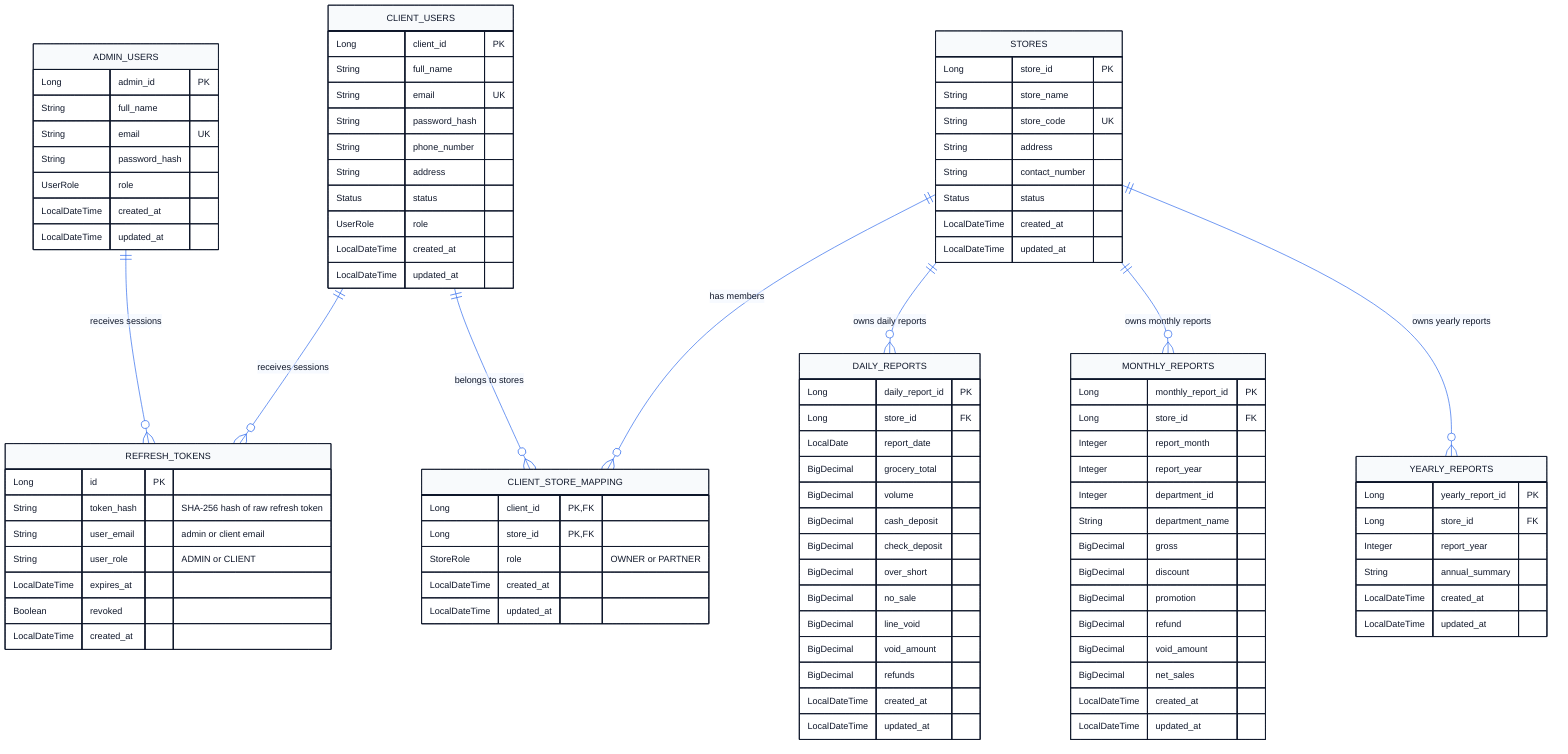
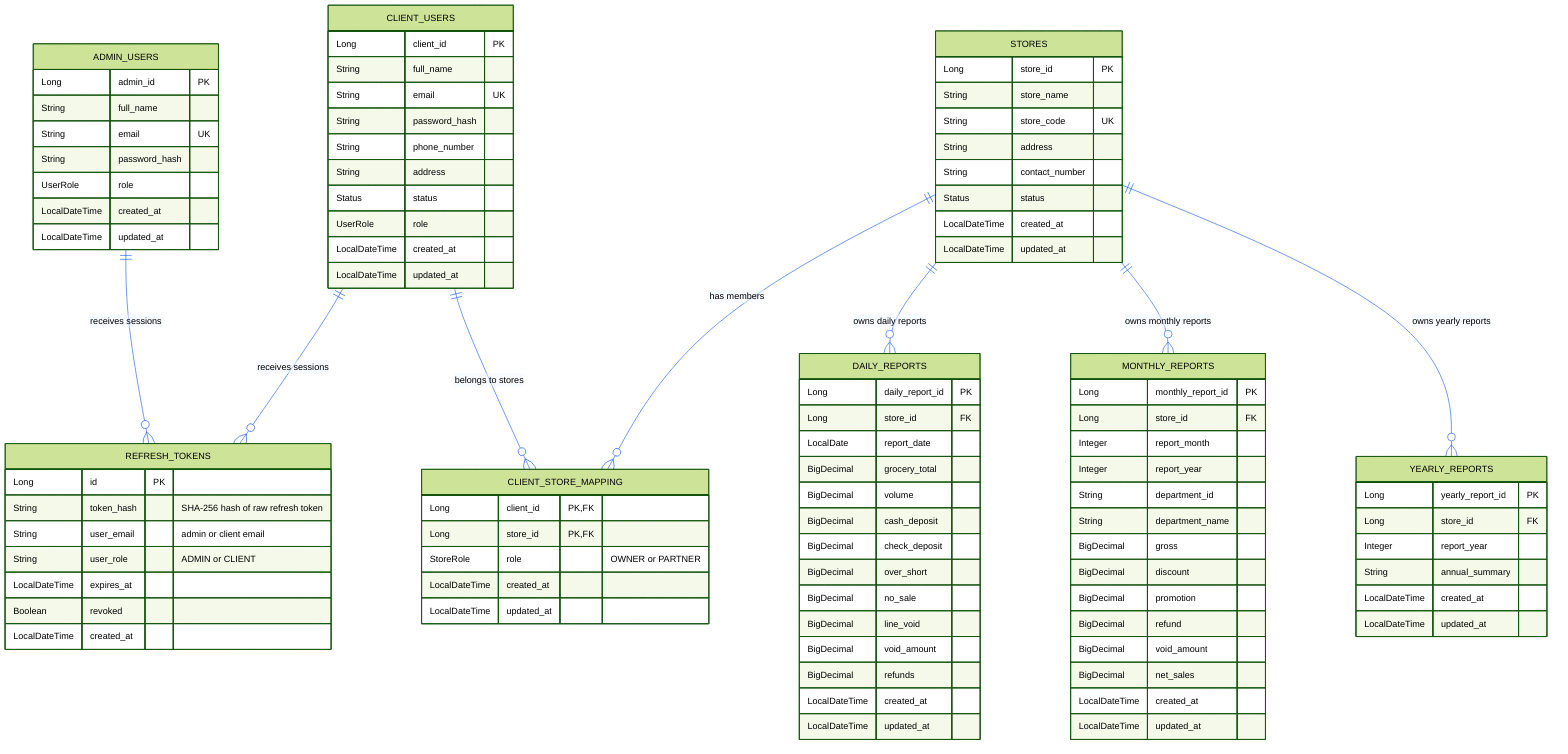
- %%{init: {"theme": "base", "themeVariables": {"primaryColor": "#f8fafc", "primaryBorderColor": "#0f172a", "primaryTextColor": "#0f172a", "lineColor": "#2563eb", "secondaryColor": "#dbeafe", "tertiaryColor": "#eff6ff", "fontFamily": "Arial", "fontSize": "14px"}}}%%
+ %%{init: {"theme": "forest", "themeVariables": {"primaryColor": "#f8fafc", "primaryBorderColor": "#0f172a", "primaryTextColor": "#0f172a", "lineColor": "#2563eb", "secondaryColor": "#dbeafe", "tertiaryColor": "#eff6ff", "fontFamily": "Arial", "fontSize": "14px"}}}%%
erDiagram
    %% Identity and session relationships
    ADMIN_USERS ||--o{ REFRESH_TOKENS : "receives sessions"
    CLIENT_USERS ||--o{ REFRESH_TOKENS : "receives sessions"

    %% Client and store membership
    CLIENT_USERS ||--o{ CLIENT_STORE_MAPPING : "belongs to stores"
    STORES ||--o{ CLIENT_STORE_MAPPING : "has members"

    %% Reporting hierarchy
    STORES ||--o{ DAILY_REPORTS : "owns daily reports"
    STORES ||--o{ MONTHLY_REPORTS : "owns monthly reports"
    STORES ||--o{ YEARLY_REPORTS : "owns yearly reports"

    ADMIN_USERS {
        Long admin_id PK
        String full_name
        String email UK
        String password_hash
        UserRole role
        LocalDateTime created_at
        LocalDateTime updated_at
    }

    CLIENT_USERS {
        Long client_id PK
        String full_name
        String email UK
        String password_hash
        String phone_number
        String address
        Status status
        UserRole role
        LocalDateTime created_at
        LocalDateTime updated_at
    }

    REFRESH_TOKENS {
        Long id PK
        String token_hash "SHA-256 hash of raw refresh token"
        String user_email "admin or client email"
        String user_role "ADMIN or CLIENT"
        LocalDateTime expires_at
        Boolean revoked
        LocalDateTime created_at
    }

    STORES {
        Long store_id PK
        String store_name
        String store_code UK
        String address
        String contact_number
        Status status
        LocalDateTime created_at
        LocalDateTime updated_at
    }

    CLIENT_STORE_MAPPING {
        Long client_id PK, FK
        Long store_id PK, FK
        StoreRole role "OWNER or PARTNER"
        LocalDateTime created_at
        LocalDateTime updated_at
    }

    DAILY_REPORTS {
        Long daily_report_id PK
        Long store_id FK
        LocalDate report_date
        BigDecimal grocery_total
        BigDecimal volume
        BigDecimal cash_deposit
        BigDecimal check_deposit
        BigDecimal over_short
        BigDecimal no_sale
        BigDecimal line_void
        BigDecimal void_amount
        BigDecimal refunds
        LocalDateTime created_at
        LocalDateTime updated_at
    }

    MONTHLY_REPORTS {
        Long monthly_report_id PK
        Long store_id FK
        Integer report_month
        Integer report_year
-         Integer department_id
+         String department_id
        String department_name
        BigDecimal gross
        BigDecimal discount
        BigDecimal promotion
        BigDecimal refund
        BigDecimal void_amount
        BigDecimal net_sales
        LocalDateTime created_at
        LocalDateTime updated_at
    }

    YEARLY_REPORTS {
        Long yearly_report_id PK
        Long store_id FK
        Integer report_year
        String annual_summary
        LocalDateTime created_at
        LocalDateTime updated_at
    }
